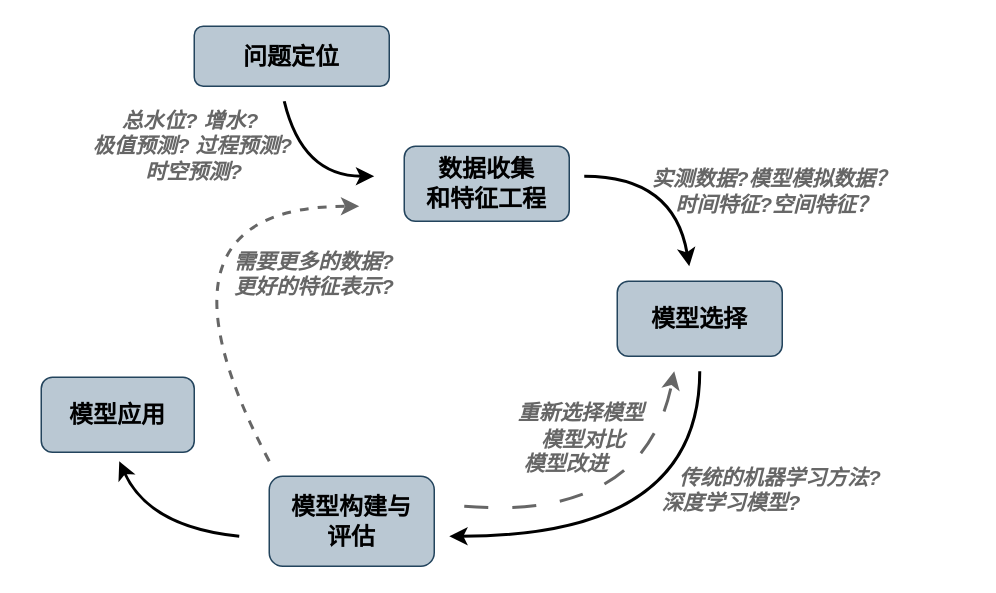
This is workflow中文版.drawio from Xylitolor/Xylitolee, a draw.io file, before an edit. Source tidied: cells renumbered, new cells numbered last; positions are measured from the earlier drawing's top-left corner, leaving out a move shared by most shapes. Both pictures are drawn from the tidied source at 150%, with x=0, y=0 at pixel (26, 26).
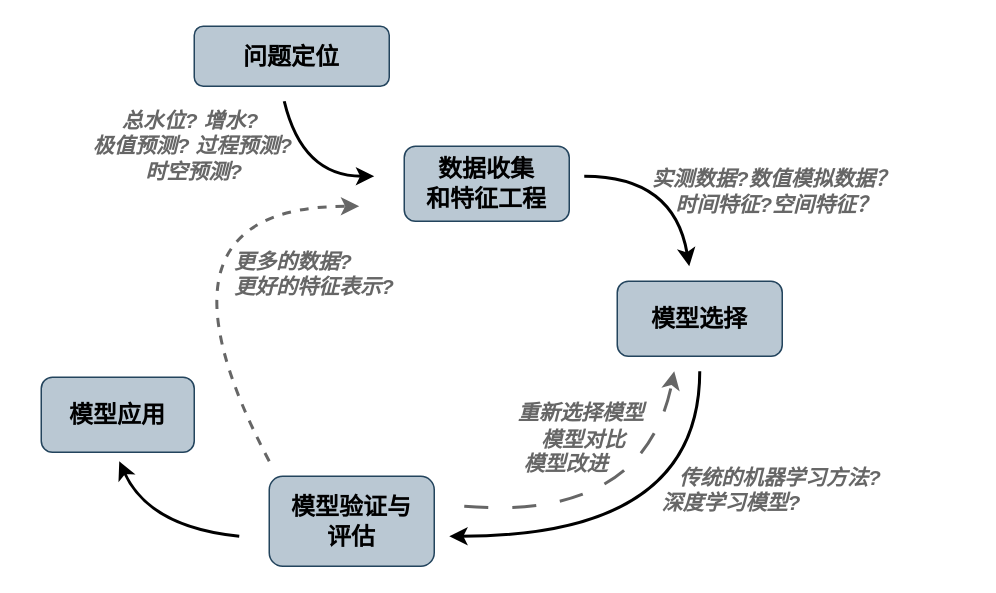
The same page after the edit.

Commit message (it also covers changes not shown here):
更新workflow中文版.drawio

Change to the diagram source:
```diff
@@
-    <mxCell id="5" value="&lt;p style=&quot;margin-top: 0pt; margin-bottom: 0pt; margin-left: 0in; direction: ltr; unicode-bidi: embed; word-break: normal;&quot;&gt;&lt;font size=&quot;1&quot;&gt;&lt;b style=&quot;font-size: 16px;&quot;&gt;模型构建与&lt;/b&gt;&lt;/font&gt;&lt;/p&gt;&lt;p style=&quot;margin-top: 0pt; margin-bottom: 0pt; margin-left: 0in; direction: ltr; unicode-bidi: embed; word-break: normal;&quot;&gt;&lt;font size=&quot;1&quot;&gt;&lt;b style=&quot;font-size: 16px;&quot;&gt;评估&lt;/b&gt;&lt;/font&gt;&lt;/p&gt;" style="rounded=1;whiteSpace=wrap;html=1;align=center;fontFamily=Helvetica;fillColor=#bac8d3;strokeColor=#23445d;" parent="1" vertex="1">
+    <mxCell id="5" value="&lt;p style=&quot;margin-top: 0pt; margin-bottom: 0pt; margin-left: 0in; direction: ltr; unicode-bidi: embed; word-break: normal;&quot;&gt;&lt;font size=&quot;1&quot;&gt;&lt;b style=&quot;font-size: 16px;&quot;&gt;模型验证与&lt;/b&gt;&lt;/font&gt;&lt;/p&gt;&lt;p style=&quot;margin-top: 0pt; margin-bottom: 0pt; margin-left: 0in; direction: ltr; unicode-bidi: embed; word-break: normal;&quot;&gt;&lt;font size=&quot;1&quot;&gt;&lt;b style=&quot;font-size: 16px;&quot;&gt;评估&lt;/b&gt;&lt;/font&gt;&lt;/p&gt;" style="rounded=1;whiteSpace=wrap;html=1;align=center;fontFamily=Helvetica;fillColor=#bac8d3;strokeColor=#23445d;" parent="1" vertex="1">
       <mxGeometry x="162" y="300" width="110" height="60" as="geometry" />
     </mxCell>
@@
-    <mxCell id="12" value="&lt;font style=&quot;font-size: 14px;&quot; face=&quot;Helvetica&quot;&gt;&lt;b&gt;需要更多的数据?&amp;nbsp;&lt;br&gt;更好的特征表示?&lt;/b&gt;&lt;br&gt;&lt;/font&gt;" style="text;html=1;strokeColor=none;fillColor=none;align=left;verticalAlign=middle;whiteSpace=wrap;rounded=0;fontFamily=Times New Roman;fontStyle=2;fontColor=#666666;" parent="1" vertex="1">
+    <mxCell id="12" value="&lt;font style=&quot;font-size: 14px;&quot; face=&quot;Helvetica&quot;&gt;&lt;b&gt;更多的数据?&amp;nbsp;&lt;br&gt;更好的特征表示?&lt;/b&gt;&lt;br&gt;&lt;/font&gt;" style="text;html=1;strokeColor=none;fillColor=none;align=left;verticalAlign=middle;whiteSpace=wrap;rounded=0;fontFamily=Times New Roman;fontStyle=2;fontColor=#666666;" parent="1" vertex="1">
       <mxGeometry x="137" y="140" width="173" height="50" as="geometry" />
     </mxCell>
@@
-    <mxCell id="17" value="&lt;b style=&quot;font-size: 14px;&quot;&gt;&amp;nbsp; &amp;nbsp; 实测数据?模型模拟数据？&lt;br&gt;&lt;span style=&quot;white-space: pre;&quot;&gt;&#9;&lt;/span&gt;时间特征?空间特征？&lt;/b&gt;" style="text;html=1;strokeColor=none;fillColor=none;align=left;verticalAlign=middle;whiteSpace=wrap;rounded=0;fontFamily=Helvetica;fontStyle=2;fontColor=#666666;" parent="1" vertex="1">
+    <mxCell id="17" value="&lt;b style=&quot;font-size: 14px;&quot;&gt;&amp;nbsp; &amp;nbsp; 实测数据?数值模拟数据？&lt;br&gt;&lt;span style=&quot;white-space: pre;&quot;&gt;&#9;&lt;/span&gt;时间特征?空间特征？&lt;/b&gt;" style="text;html=1;strokeColor=none;fillColor=none;align=left;verticalAlign=middle;whiteSpace=wrap;rounded=0;fontFamily=Helvetica;fontStyle=2;fontColor=#666666;" parent="1" vertex="1">
       <mxGeometry x="400" y="90" width="230" height="40" as="geometry" />
     </mxCell>
```
